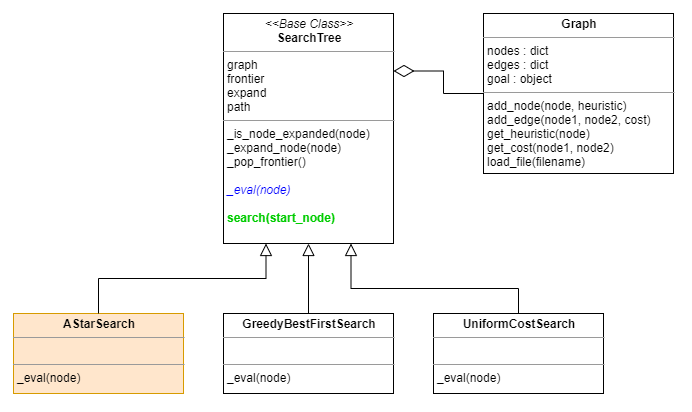
Before: images/class diagram.png, a diagram exported from draw.io (tanatiem/BADS7601-AI). Source tidied: cells renumbered, new cells last; positions are measured from the earlier drawing's top-left corner, leaving out a move shared by most shapes. Its diagram source:
```xml
<mxGraphModel>
  <root>
    <mxCell id="0" />
    <mxCell id="1" parent="0" />
    <mxCell id="2" style="edgeStyle=orthogonalEdgeStyle;rounded=0;jettySize=auto;html=1;endArrow=none;endFill=0;startArrow=diamondThin;startFill=0;targetPerimeterSpacing=0;sourcePerimeterSpacing=0;startSize=18;exitX=1;exitY=0.25;exitDx=0;exitDy=0;" parent="1" edge="1" source="3" target="10">
      <mxGeometry relative="1" as="geometry" />
    </mxCell>
    <mxCell id="3" value="&lt;p style=&quot;margin: 0px ; margin-top: 4px ; text-align: center&quot;&gt;&lt;i&gt;&amp;lt;&amp;lt;Base Class&amp;gt;&amp;gt;&lt;/i&gt;&lt;br&gt;&lt;b&gt;SearchTree&lt;/b&gt;&lt;/p&gt;&lt;hr size=&quot;1&quot;&gt;&lt;p style=&quot;margin: 0px ; margin-left: 4px&quot;&gt;graph&lt;br&gt;&lt;/p&gt;&lt;p style=&quot;margin: 0px ; margin-left: 4px&quot;&gt;frontier&lt;/p&gt;&lt;p style=&quot;margin: 0px ; margin-left: 4px&quot;&gt;expand&lt;/p&gt;&lt;p style=&quot;margin: 0px ; margin-left: 4px&quot;&gt;path&lt;/p&gt;&lt;hr size=&quot;1&quot;&gt;&lt;p style=&quot;margin: 0px ; margin-left: 4px&quot;&gt;_is_node_expanded(node)&lt;br&gt;_expand_node(node)&lt;/p&gt;&lt;p style=&quot;margin: 0px ; margin-left: 4px&quot;&gt;_pop_frontier()&lt;/p&gt;&lt;p style=&quot;margin: 0px ; margin-left: 4px&quot;&gt;&lt;br&gt;&lt;/p&gt;&lt;p style=&quot;margin: 0px ; margin-left: 4px&quot;&gt;&lt;i&gt;&lt;font color=&quot;#0000ff&quot;&gt;_eval(node)&lt;/font&gt;&lt;/i&gt;&lt;/p&gt;&lt;p style=&quot;margin: 0px ; margin-left: 4px&quot;&gt;&lt;br&gt;&lt;/p&gt;&lt;p style=&quot;margin: 0px ; margin-left: 4px&quot;&gt;&lt;b&gt;&lt;font color=&quot;#00cc00&quot;&gt;search(start_node)&lt;/font&gt;&lt;/b&gt;&lt;/p&gt;&lt;p style=&quot;margin: 0px ; margin-left: 4px&quot;&gt;&lt;br&gt;&lt;/p&gt;" style="verticalAlign=top;align=left;overflow=fill;fontSize=12;fontFamily=Helvetica;html=1;rounded=0;shadow=0;comic=0;labelBackgroundColor=none;strokeWidth=1;" parent="1" vertex="1">
      <mxGeometry x="210" width="170" height="230" as="geometry" />
    </mxCell>
    <mxCell id="4" value="&lt;p style=&quot;margin: 0px ; margin-top: 4px ; text-align: center&quot;&gt;&lt;b&gt;AStarSearch&lt;/b&gt;&lt;/p&gt;&lt;hr size=&quot;1&quot;&gt;&lt;p style=&quot;margin: 0px ; margin-left: 4px&quot;&gt;&amp;nbsp;&lt;br&gt;&lt;/p&gt;&lt;hr size=&quot;1&quot;&gt;&lt;p style=&quot;margin: 0px ; margin-left: 4px&quot;&gt;_eval(node)&lt;/p&gt;" style="verticalAlign=top;align=left;overflow=fill;fontSize=12;fontFamily=Helvetica;html=1;rounded=0;shadow=0;comic=0;labelBackgroundColor=none;strokeWidth=1;fillColor=#ffe6cc;strokeColor=#d79b00;" parent="1" vertex="1">
      <mxGeometry y="300" width="170" height="80" as="geometry" />
    </mxCell>
    <mxCell id="5" value="&lt;p style=&quot;margin: 0px ; margin-top: 4px ; text-align: center&quot;&gt;&lt;b&gt;GreedyBestFirstSearch&lt;/b&gt;&lt;/p&gt;&lt;hr size=&quot;1&quot;&gt;&lt;p style=&quot;margin: 0px ; margin-left: 4px&quot;&gt;&amp;nbsp;&lt;br&gt;&lt;/p&gt;&lt;hr size=&quot;1&quot;&gt;&lt;p style=&quot;margin: 0px ; margin-left: 4px&quot;&gt;_eval(node)&lt;/p&gt;" style="verticalAlign=top;align=left;overflow=fill;fontSize=12;fontFamily=Helvetica;html=1;rounded=0;shadow=0;comic=0;labelBackgroundColor=none;strokeWidth=1;" parent="1" vertex="1">
      <mxGeometry x="210" y="300" width="170" height="80" as="geometry" />
    </mxCell>
    <mxCell id="6" value="&lt;p style=&quot;margin: 0px ; margin-top: 4px ; text-align: center&quot;&gt;&lt;b&gt;UniformCostSearch&lt;/b&gt;&lt;/p&gt;&lt;hr size=&quot;1&quot;&gt;&lt;p style=&quot;margin: 0px ; margin-left: 4px&quot;&gt;&amp;nbsp;&lt;br&gt;&lt;/p&gt;&lt;hr size=&quot;1&quot;&gt;&lt;p style=&quot;margin: 0px ; margin-left: 4px&quot;&gt;_eval(node)&lt;/p&gt;" style="verticalAlign=top;align=left;overflow=fill;fontSize=12;fontFamily=Helvetica;html=1;rounded=0;shadow=0;comic=0;labelBackgroundColor=none;strokeWidth=1;" parent="1" vertex="1">
      <mxGeometry x="420" y="300" width="170" height="80" as="geometry" />
    </mxCell>
    <mxCell id="7" style="edgeStyle=orthogonalEdgeStyle;rounded=0;html=1;exitX=0.5;exitY=0;labelBackgroundColor=none;startFill=0;endArrow=block;endFill=0;endSize=10;fontFamily=Verdana;fontSize=10;exitDx=0;exitDy=0;entryX=0.25;entryY=1;entryDx=0;entryDy=0;" parent="1" edge="1" source="4" target="3">
      <mxGeometry relative="1" as="geometry">
        <Array as="points">
          <mxPoint x="85" y="265" />
          <mxPoint x="253" y="265" />
        </Array>
      </mxGeometry>
    </mxCell>
    <mxCell id="8" style="edgeStyle=orthogonalEdgeStyle;rounded=0;html=1;labelBackgroundColor=none;startFill=0;endArrow=block;endFill=0;endSize=10;fontFamily=Verdana;fontSize=10;entryX=0.5;entryY=1;entryDx=0;entryDy=0;" parent="1" edge="1" source="5" target="3">
      <mxGeometry relative="1" as="geometry" />
    </mxCell>
    <mxCell id="9" style="edgeStyle=orthogonalEdgeStyle;rounded=0;html=1;labelBackgroundColor=none;startFill=0;endArrow=block;endFill=0;endSize=10;fontFamily=Verdana;fontSize=10;entryX=0.75;entryY=1;entryDx=0;entryDy=0;exitX=0.5;exitY=0;exitDx=0;exitDy=0;" parent="1" edge="1" source="6" target="3">
      <mxGeometry relative="1" as="geometry">
        <Array as="points">
          <mxPoint x="505" y="275" />
          <mxPoint x="337" y="275" />
        </Array>
      </mxGeometry>
    </mxCell>
    <mxCell id="10" value="&lt;p style=&quot;margin: 0px ; margin-top: 4px ; text-align: center&quot;&gt;&lt;b&gt;Graph&lt;/b&gt;&lt;/p&gt;&lt;hr size=&quot;1&quot;&gt;&lt;p style=&quot;margin: 0px ; margin-left: 4px&quot;&gt;nodes : dict&lt;br&gt;edges : dict&lt;/p&gt;&lt;p style=&quot;margin: 0px ; margin-left: 4px&quot;&gt;goal : object&lt;/p&gt;&lt;hr size=&quot;1&quot;&gt;&lt;p style=&quot;margin: 0px ; margin-left: 4px&quot;&gt;add_node(node, heuristic)&lt;/p&gt;&lt;p style=&quot;margin: 0px ; margin-left: 4px&quot;&gt;add_edge(node1, node2, cost)&lt;br&gt;get_heuristic(node)&lt;/p&gt;&lt;p style=&quot;margin: 0px ; margin-left: 4px&quot;&gt;get_cost(node1, node2)&lt;/p&gt;&lt;p style=&quot;margin: 0px ; margin-left: 4px&quot;&gt;load_file(filename)&lt;/p&gt;&lt;p style=&quot;margin: 0px ; margin-left: 4px&quot;&gt;&lt;br&gt;&lt;/p&gt;" style="verticalAlign=top;align=left;overflow=fill;fontSize=12;fontFamily=Helvetica;html=1;rounded=0;shadow=0;comic=0;labelBackgroundColor=none;strokeWidth=1;" parent="1" vertex="1">
      <mxGeometry x="470" width="190" height="160" as="geometry" />
    </mxCell>
  </root>
</mxGraphModel>
```
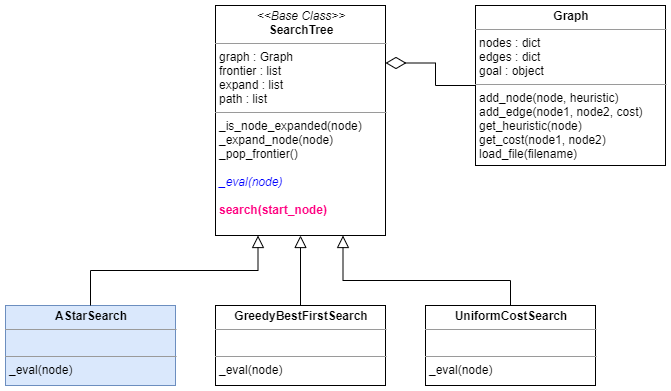
Above is the later version.

What changed in the source:
```diff
@@ -5,10 +5,10 @@
     <mxCell id="2" style="edgeStyle=orthogonalEdgeStyle;rounded=0;jettySize=auto;html=1;endArrow=none;endFill=0;startArrow=diamondThin;startFill=0;targetPerimeterSpacing=0;sourcePerimeterSpacing=0;startSize=18;exitX=1;exitY=0.25;exitDx=0;exitDy=0;" parent="1" edge="1" source="3" target="10">
       <mxGeometry relative="1" as="geometry" />
     </mxCell>
-    <mxCell id="3" value="&lt;p style=&quot;margin: 0px ; margin-top: 4px ; text-align: center&quot;&gt;&lt;i&gt;&amp;lt;&amp;lt;Base Class&amp;gt;&amp;gt;&lt;/i&gt;&lt;br&gt;&lt;b&gt;SearchTree&lt;/b&gt;&lt;/p&gt;&lt;hr size=&quot;1&quot;&gt;&lt;p style=&quot;margin: 0px ; margin-left: 4px&quot;&gt;graph&lt;br&gt;&lt;/p&gt;&lt;p style=&quot;margin: 0px ; margin-left: 4px&quot;&gt;frontier&lt;/p&gt;&lt;p style=&quot;margin: 0px ; margin-left: 4px&quot;&gt;expand&lt;/p&gt;&lt;p style=&quot;margin: 0px ; margin-left: 4px&quot;&gt;path&lt;/p&gt;&lt;hr size=&quot;1&quot;&gt;&lt;p style=&quot;margin: 0px ; margin-left: 4px&quot;&gt;_is_node_expanded(node)&lt;br&gt;_expand_node(node)&lt;/p&gt;&lt;p style=&quot;margin: 0px ; margin-left: 4px&quot;&gt;_pop_frontier()&lt;/p&gt;&lt;p style=&quot;margin: 0px ; margin-left: 4px&quot;&gt;&lt;br&gt;&lt;/p&gt;&lt;p style=&quot;margin: 0px ; margin-left: 4px&quot;&gt;&lt;i&gt;&lt;font color=&quot;#0000ff&quot;&gt;_eval(node)&lt;/font&gt;&lt;/i&gt;&lt;/p&gt;&lt;p style=&quot;margin: 0px ; margin-left: 4px&quot;&gt;&lt;br&gt;&lt;/p&gt;&lt;p style=&quot;margin: 0px ; margin-left: 4px&quot;&gt;&lt;b&gt;&lt;font color=&quot;#00cc00&quot;&gt;search(start_node)&lt;/font&gt;&lt;/b&gt;&lt;/p&gt;&lt;p style=&quot;margin: 0px ; margin-left: 4px&quot;&gt;&lt;br&gt;&lt;/p&gt;" style="verticalAlign=top;align=left;overflow=fill;fontSize=12;fontFamily=Helvetica;html=1;rounded=0;shadow=0;comic=0;labelBackgroundColor=none;strokeWidth=1;" parent="1" vertex="1">
+    <mxCell id="3" value="&lt;p style=&quot;margin: 0px ; margin-top: 4px ; text-align: center&quot;&gt;&lt;i&gt;&amp;lt;&amp;lt;Base Class&amp;gt;&amp;gt;&lt;/i&gt;&lt;br&gt;&lt;b&gt;SearchTree&lt;/b&gt;&lt;/p&gt;&lt;hr size=&quot;1&quot;&gt;&lt;p style=&quot;margin: 0px ; margin-left: 4px&quot;&gt;graph : Graph&lt;br&gt;&lt;/p&gt;&lt;p style=&quot;margin: 0px ; margin-left: 4px&quot;&gt;frontier : list&lt;/p&gt;&lt;p style=&quot;margin: 0px ; margin-left: 4px&quot;&gt;expand : list&lt;/p&gt;&lt;p style=&quot;margin: 0px ; margin-left: 4px&quot;&gt;path : list&lt;/p&gt;&lt;hr size=&quot;1&quot;&gt;&lt;p style=&quot;margin: 0px ; margin-left: 4px&quot;&gt;_is_node_expanded(node)&lt;br&gt;_expand_node(node)&lt;/p&gt;&lt;p style=&quot;margin: 0px ; margin-left: 4px&quot;&gt;_pop_frontier()&lt;/p&gt;&lt;p style=&quot;margin: 0px ; margin-left: 4px&quot;&gt;&lt;br&gt;&lt;/p&gt;&lt;p style=&quot;margin: 0px ; margin-left: 4px&quot;&gt;&lt;i&gt;&lt;font color=&quot;#0000ff&quot;&gt;_eval(node)&lt;/font&gt;&lt;/i&gt;&lt;/p&gt;&lt;p style=&quot;margin: 0px ; margin-left: 4px&quot;&gt;&lt;br&gt;&lt;/p&gt;&lt;p style=&quot;margin: 0px ; margin-left: 4px&quot;&gt;&lt;b&gt;&lt;font color=&quot;#ff0080&quot;&gt;search(start_node)&lt;/font&gt;&lt;/b&gt;&lt;/p&gt;&lt;p style=&quot;margin: 0px ; margin-left: 4px&quot;&gt;&lt;br&gt;&lt;/p&gt;" style="verticalAlign=top;align=left;overflow=fill;fontSize=12;fontFamily=Helvetica;html=1;rounded=0;shadow=0;comic=0;labelBackgroundColor=none;strokeWidth=1;" parent="1" vertex="1">
       <mxGeometry x="210" width="170" height="230" as="geometry" />
     </mxCell>
-    <mxCell id="4" value="&lt;p style=&quot;margin: 0px ; margin-top: 4px ; text-align: center&quot;&gt;&lt;b&gt;AStarSearch&lt;/b&gt;&lt;/p&gt;&lt;hr size=&quot;1&quot;&gt;&lt;p style=&quot;margin: 0px ; margin-left: 4px&quot;&gt;&amp;nbsp;&lt;br&gt;&lt;/p&gt;&lt;hr size=&quot;1&quot;&gt;&lt;p style=&quot;margin: 0px ; margin-left: 4px&quot;&gt;_eval(node)&lt;/p&gt;" style="verticalAlign=top;align=left;overflow=fill;fontSize=12;fontFamily=Helvetica;html=1;rounded=0;shadow=0;comic=0;labelBackgroundColor=none;strokeWidth=1;fillColor=#ffe6cc;strokeColor=#d79b00;" parent="1" vertex="1">
+    <mxCell id="4" value="&lt;p style=&quot;margin: 0px ; margin-top: 4px ; text-align: center&quot;&gt;&lt;b&gt;AStarSearch&lt;/b&gt;&lt;/p&gt;&lt;hr size=&quot;1&quot;&gt;&lt;p style=&quot;margin: 0px ; margin-left: 4px&quot;&gt;&amp;nbsp;&lt;br&gt;&lt;/p&gt;&lt;hr size=&quot;1&quot;&gt;&lt;p style=&quot;margin: 0px ; margin-left: 4px&quot;&gt;_eval(node)&lt;/p&gt;" style="verticalAlign=top;align=left;overflow=fill;fontSize=12;fontFamily=Helvetica;html=1;rounded=0;shadow=0;comic=0;labelBackgroundColor=none;strokeWidth=1;fillColor=#dae8fc;strokeColor=#6c8ebf;" parent="1" vertex="1">
       <mxGeometry y="300" width="170" height="80" as="geometry" />
     </mxCell>
     <mxCell id="5" value="&lt;p style=&quot;margin: 0px ; margin-top: 4px ; text-align: center&quot;&gt;&lt;b&gt;GreedyBestFirstSearch&lt;/b&gt;&lt;/p&gt;&lt;hr size=&quot;1&quot;&gt;&lt;p style=&quot;margin: 0px ; margin-left: 4px&quot;&gt;&amp;nbsp;&lt;br&gt;&lt;/p&gt;&lt;hr size=&quot;1&quot;&gt;&lt;p style=&quot;margin: 0px ; margin-left: 4px&quot;&gt;_eval(node)&lt;/p&gt;" style="verticalAlign=top;align=left;overflow=fill;fontSize=12;fontFamily=Helvetica;html=1;rounded=0;shadow=0;comic=0;labelBackgroundColor=none;strokeWidth=1;" parent="1" vertex="1">
```
